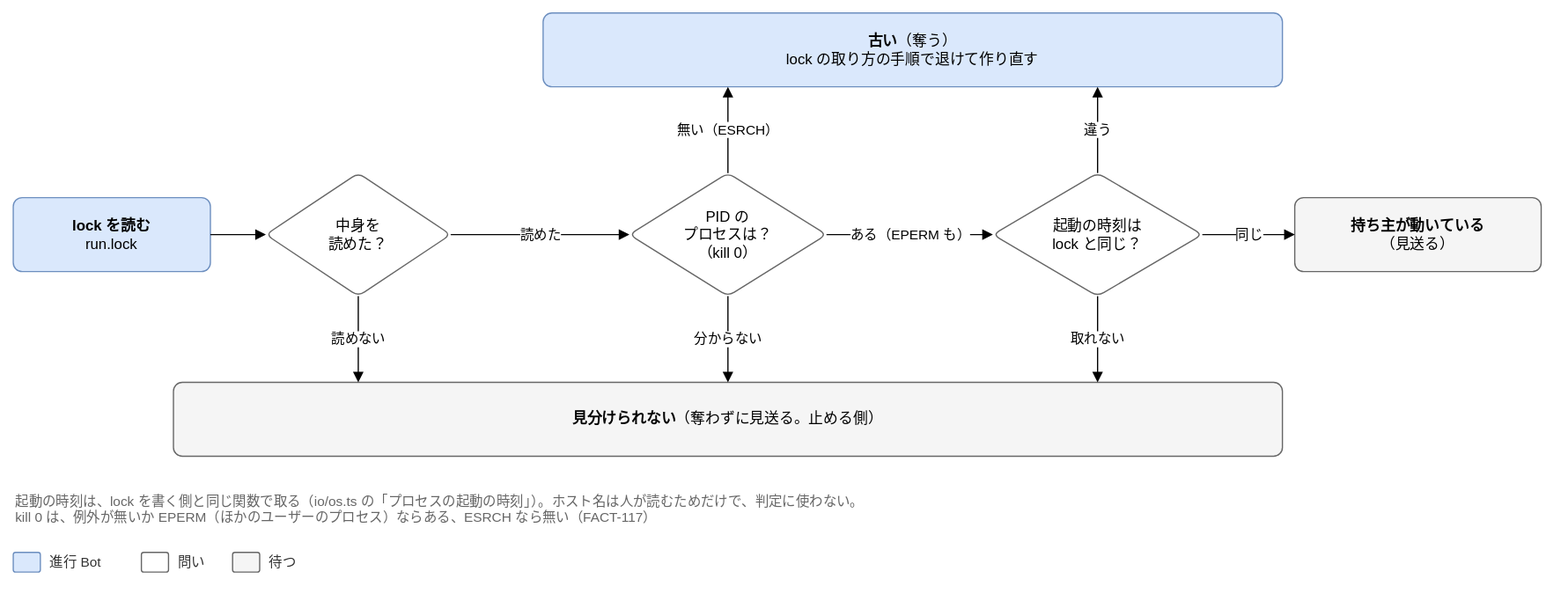
Above: docs/design/detailed/diagrams/02-lock.drawio.svg in Joymerrevent/dev-autopilot (draw.io), before the change. Source tidied: cells renumbered, new cells last; positions are measured from the earlier drawing's top-left corner, leaving out a move shared by most shapes.
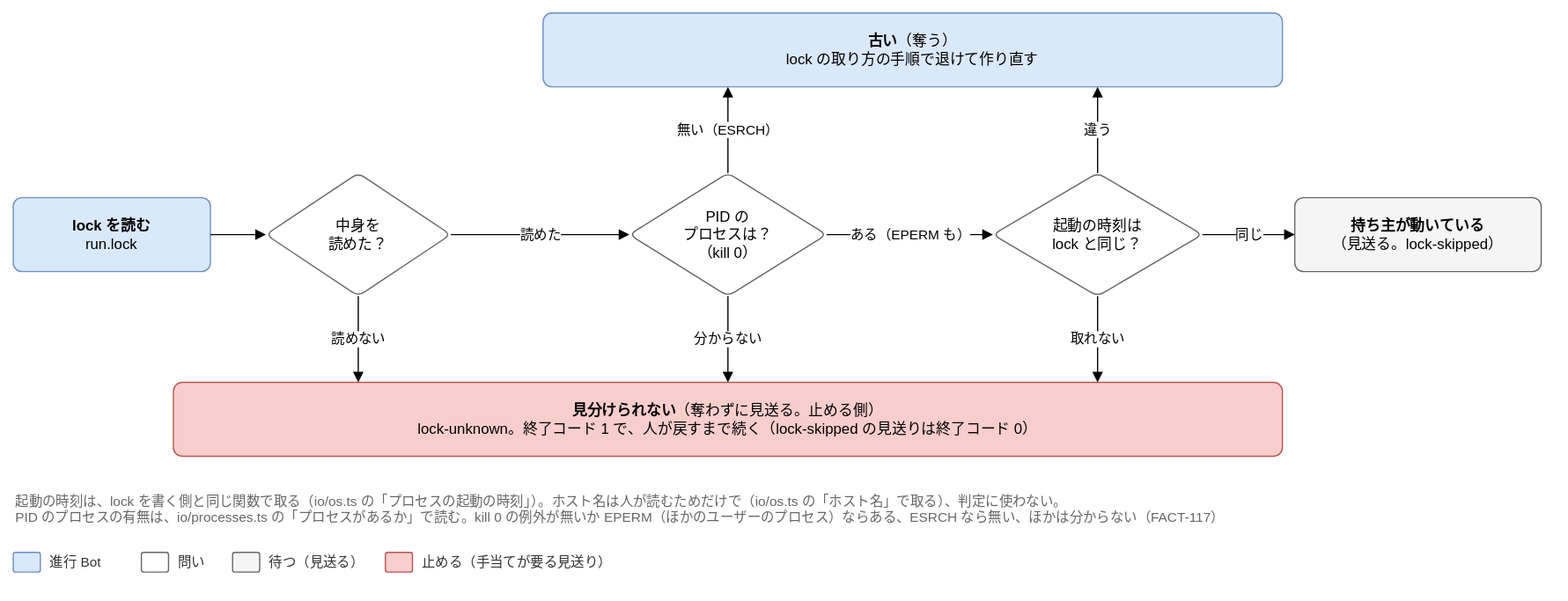
After the commit.

Change to the diagram source:
```diff
@@ -17,10 +17,10 @@
     <mxCell id="6" value="&lt;b&gt;古い&lt;/b&gt;（奪う）&lt;br&gt;lock の取り方の手順で退けて作り直す" style="rounded=1;whiteSpace=wrap;html=1;fontSize=12;arcSize=12;spacing=12;fillColor=#dae8fc;strokeColor=#6c8ebf;" parent="1" vertex="1">
       <mxGeometry x="430" width="600" height="60" as="geometry" />
     </mxCell>
-    <mxCell id="7" value="&lt;b&gt;持ち主が動いている&lt;/b&gt;&lt;br&gt;（見送る）" style="rounded=1;whiteSpace=wrap;html=1;fontSize=12;arcSize=12;spacing=12;fillColor=#f5f5f5;strokeColor=#666666;" parent="1" vertex="1">
+    <mxCell id="7" value="&lt;b&gt;持ち主が動いている&lt;/b&gt;&lt;br&gt;（見送る。lock-skipped）" style="rounded=1;whiteSpace=wrap;html=1;fontSize=12;arcSize=12;spacing=12;fillColor=#f5f5f5;strokeColor=#666666;" parent="1" vertex="1">
       <mxGeometry x="1040" y="150" width="200" height="60" as="geometry" />
     </mxCell>
-    <mxCell id="8" value="&lt;b&gt;見分けられない&lt;/b&gt;（奪わずに見送る。止める側）" style="rounded=1;whiteSpace=wrap;html=1;fontSize=12;arcSize=12;spacing=12;fillColor=#f5f5f5;strokeColor=#666666;" parent="1" vertex="1">
+    <mxCell id="8" value="&lt;b&gt;見分けられない&lt;/b&gt;（奪わずに見送る。止める側）&lt;br&gt;lock-unknown。終了コード 1 で、人が戻すまで続く（lock-skipped の見送りは終了コード 0）" style="rounded=1;whiteSpace=wrap;html=1;fontSize=12;arcSize=12;spacing=12;fillColor=#f8cecc;strokeColor=#b85450;" parent="1" vertex="1">
       <mxGeometry x="130" y="300" width="900" height="60" as="geometry" />
     </mxCell>
     <mxCell id="9" style="edgeStyle=orthogonalEdgeStyle;rounded=1;html=1;endArrow=block;endFill=1;fontSize=11;labelBackgroundColor=#ffffff;exitX=1;exitY=0.5;exitDx=0;exitDy=0;entryX=0;entryY=0.5;entryDx=0;entryDy=0;" parent="1" edge="1" source="2" target="3">
@@ -50,7 +50,7 @@
     <mxCell id="17" value="取れない" style="edgeStyle=orthogonalEdgeStyle;rounded=1;html=1;endArrow=block;endFill=1;fontSize=11;labelBackgroundColor=#ffffff;exitX=0.5;exitY=1;exitDx=0;exitDy=0;entryX=0.8333333333333334;entryY=0;entryDx=0;entryDy=0;" parent="1" edge="1" source="5" target="8">
       <mxGeometry relative="1" as="geometry" />
     </mxCell>
-    <mxCell id="18" value="起動の時刻は、lock を書く側と同じ関数で取る（io/os.ts の「プロセスの起動の時刻」）。ホスト名は人が読むためだけで、判定に使わない。&lt;br&gt;kill 0 は、例外が無いか EPERM（ほかのユーザーのプロセス）ならある、ESRCH なら無い（FACT-117）" style="text;html=1;whiteSpace=wrap;align=left;verticalAlign=top;fontSize=11;fontColor=#666666;" parent="1" vertex="1">
+    <mxCell id="18" value="起動の時刻は、lock を書く側と同じ関数で取る（io/os.ts の「プロセスの起動の時刻」）。ホスト名は人が読むためだけで（io/os.ts の「ホスト名」で取る）、判定に使わない。&lt;br&gt;PID のプロセスの有無は、io/processes.ts の「プロセスがあるか」で読む。kill 0 の例外が無いか EPERM（ほかのユーザーのプロセス）ならある、ESRCH なら無い、ほかは分からない（FACT-117）" style="text;html=1;whiteSpace=wrap;align=left;verticalAlign=top;fontSize=11;fontColor=#666666;" parent="1" vertex="1">
       <mxGeometry y="384" width="1240" height="40" as="geometry" />
     </mxCell>
     <mxCell id="19" style="rounded=1;whiteSpace=wrap;html=1;fontSize=12;arcSize=12;spacing=12;fillColor=#dae8fc;strokeColor=#6c8ebf;" parent="1" vertex="1">
@@ -68,8 +68,14 @@
     <mxCell id="23" style="rounded=1;whiteSpace=wrap;html=1;fontSize=12;arcSize=12;spacing=12;fillColor=#f5f5f5;strokeColor=#666666;" parent="1" vertex="1">
       <mxGeometry x="178" y="438" width="22" height="16" as="geometry" />
     </mxCell>
-    <mxCell id="24" value="待つ" style="text;html=1;align=left;verticalAlign=middle;fontSize=11;fontColor=#333333;" parent="1" vertex="1">
-      <mxGeometry x="206" y="436" width="30" height="20" as="geometry" />
+    <mxCell id="24" value="待つ（見送る）" style="text;html=1;align=left;verticalAlign=middle;fontSize=11;fontColor=#333333;" parent="1" vertex="1">
+      <mxGeometry x="206" y="436" width="80" height="20" as="geometry" />
     </mxCell>
+    <mxCell id="25" style="rounded=1;whiteSpace=wrap;html=1;fontSize=12;arcSize=12;spacing=12;fillColor=#f8cecc;strokeColor=#b85450;" parent="1" vertex="1">
+      <mxGeometry x="302" y="438" width="22" height="16" as="geometry" />
+    </mxCell>
+    <mxCell id="26" value="止める（手当てが要る見送り）" style="text;html=1;align=left;verticalAlign=middle;fontSize=11;fontColor=#333333;" parent="1" vertex="1">
+      <mxGeometry x="330" y="436" width="170" height="20" as="geometry" />
+    </mxCell>
   </root>
 </mxGraphModel>
```
